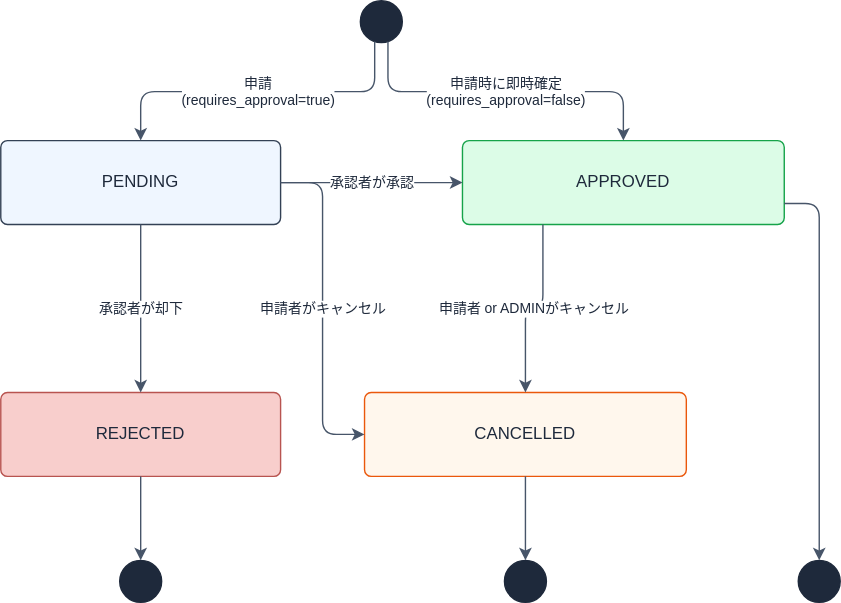
Earlier version of the draw.io export docs-next/static/diagrams/spec/requirements-reservation-status.drawio.svg (CHS-Training-Org/ai_training_for_chuo_system). Source tidied: cells renumbered, new cells last; positions are measured from the earlier drawing's top-left corner, leaving out a move shared by most shapes.
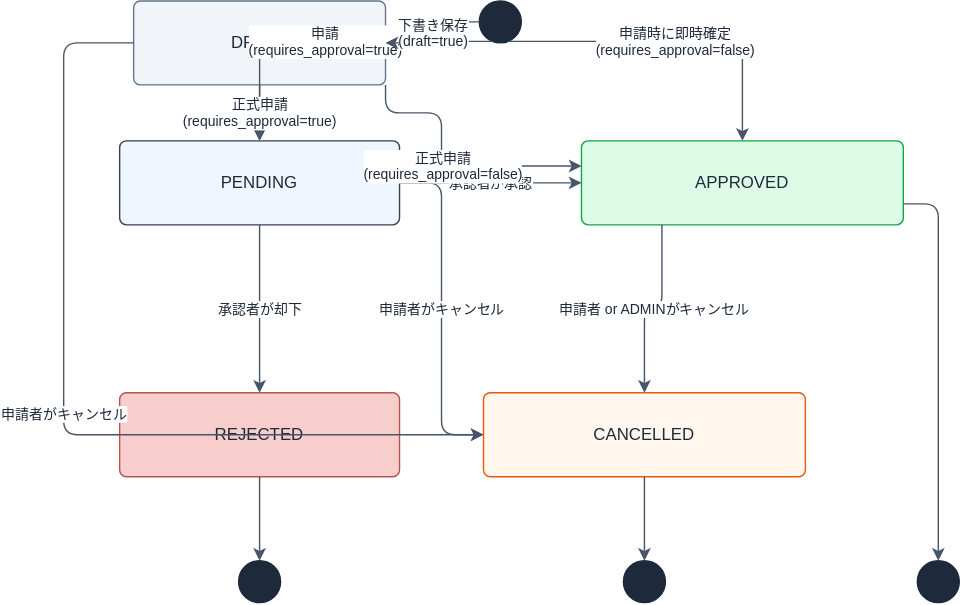
The same file after the commit.

The edit, as a diff of the source:
```diff
@@ -17,6 +17,9 @@
     <mxCell id="6" value="CANCELLED" style="rounded=1;whiteSpace=wrap;html=1;fillColor=#FFF7ED;strokeColor=#EA580C;fontColor=#1E293B;arcSize=8;" parent="1" vertex="1">
       <mxGeometry x="260" y="280" width="230" height="60" as="geometry" />
     </mxCell>
+    <mxCell id="19" value="DRAFT" style="rounded=1;whiteSpace=wrap;html=1;fillColor=#F1F5F9;strokeColor=#64748B;fontColor=#1E293B;arcSize=8;" parent="1" vertex="1">
+      <mxGeometry x="10" width="180" height="60" as="geometry" />
+    </mxCell>
     <mxCell id="7" style="ellipse;fillColor=#1E293B;strokeColor=#1E293B;" parent="1" vertex="1">
       <mxGeometry x="570" y="400" width="30" height="30" as="geometry" />
     </mxCell>
@@ -58,5 +61,26 @@
     <mxCell id="18" style="edgeStyle=orthogonalEdgeStyle;rounded=1;jettySize=auto;html=1;strokeColor=#475569;exitX=0.5;exitY=1;exitDx=0;exitDy=0;entryX=0.5;entryY=0;entryDx=0;entryDy=0;" parent="1" edge="1" source="6" target="9">
       <mxGeometry relative="1" as="geometry" />
     </mxCell>
+    <mxCell id="20" value="下書き保存&#10;(draft=true)" style="edgeStyle=orthogonalEdgeStyle;rounded=1;jettySize=auto;html=1;strokeColor=#475569;fontColor=#1E293B;fontSize=10;exitX=0;exitY=0.5;exitDx=0;exitDy=0;entryX=1;entryY=0.5;entryDx=0;entryDy=0;" parent="1" edge="1" source="2" target="19">
+      <mxGeometry relative="1" as="geometry" />
+    </mxCell>
+    <mxCell id="21" value="正式申請&#10;(requires_approval=true)" style="edgeStyle=orthogonalEdgeStyle;rounded=1;jettySize=auto;html=1;strokeColor=#475569;fontColor=#1E293B;fontSize=10;exitX=0.5;exitY=1;exitDx=0;exitDy=0;entryX=0.5;entryY=0;entryDx=0;entryDy=0;" parent="1" edge="1" source="19" target="3">
+      <mxGeometry relative="1" as="geometry" />
+    </mxCell>
+    <mxCell id="22" value="正式申請&#10;(requires_approval=false)" style="edgeStyle=orthogonalEdgeStyle;rounded=1;jettySize=auto;html=1;strokeColor=#475569;fontColor=#1E293B;fontSize=10;exitX=1;exitY=1;exitDx=0;exitDy=0;entryX=0;entryY=0.3;entryDx=0;entryDy=0;" parent="1" edge="1" source="19" target="4">
+      <mxGeometry relative="1" as="geometry">
+        <Array as="points">
+          <mxPoint x="230" y="80" />
+        </Array>
+      </mxGeometry>
+    </mxCell>
+    <mxCell id="23" value="申請者がキャンセル" style="edgeStyle=orthogonalEdgeStyle;rounded=1;jettySize=auto;html=1;strokeColor=#475569;fontColor=#1E293B;fontSize=10;exitX=0;exitY=0.5;exitDx=0;exitDy=0;entryX=0;entryY=0.5;entryDx=0;entryDy=0;" parent="1" edge="1" source="19" target="6">
+      <mxGeometry relative="1" as="geometry">
+        <Array as="points">
+          <mxPoint x="-40" y="30" />
+          <mxPoint x="-40" y="310" />
+        </Array>
+      </mxGeometry>
+    </mxCell>
   </root>
 </mxGraphModel>
```
